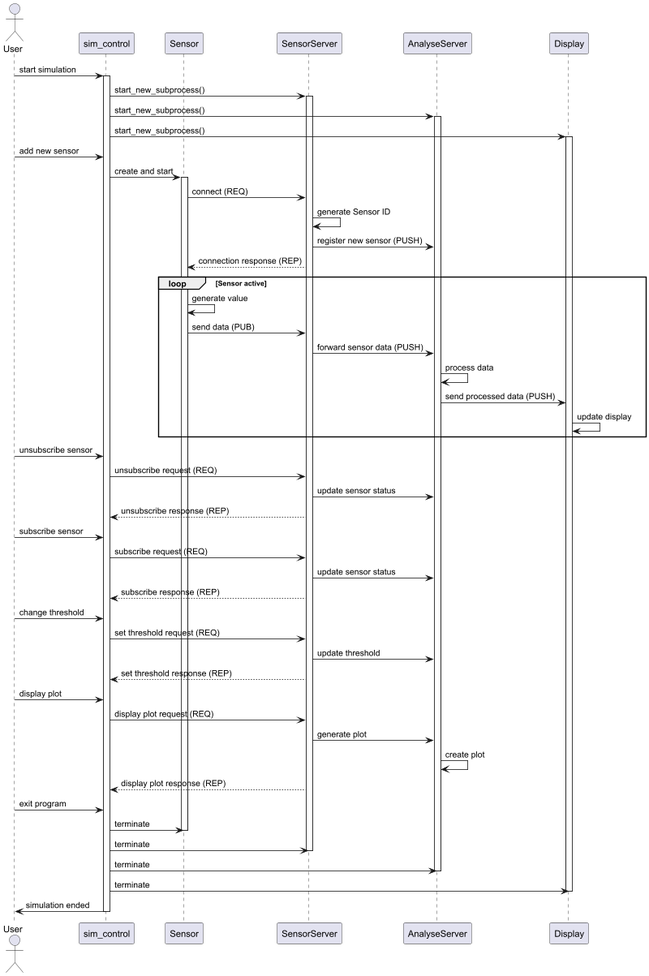
The PlantUML diagram _01_project/_09_docu/flowchart.png in theRealHarlequin/distributed-systems, before a commit.
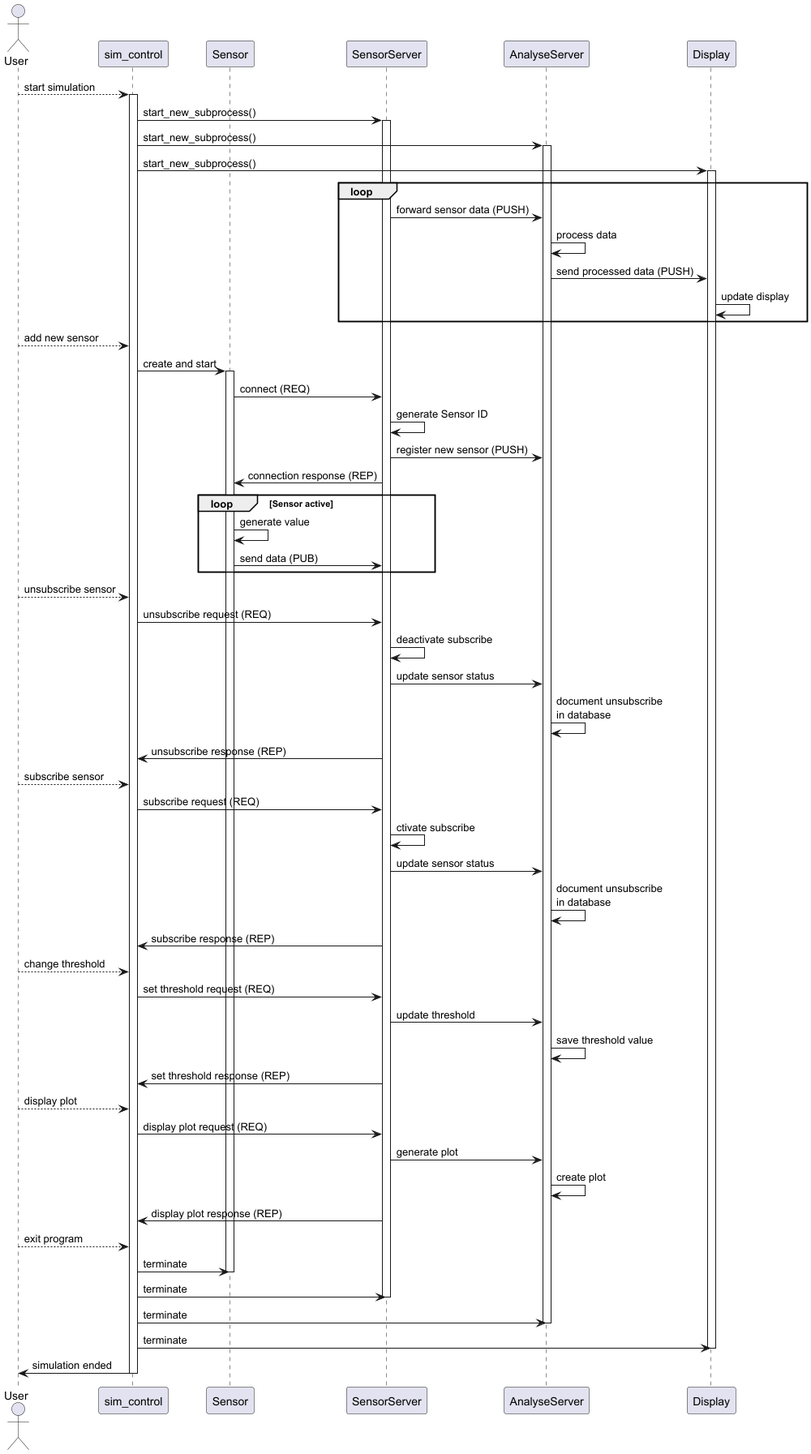
After the change.

Change to the diagram source:
```diff
@@ -6,7 +6,7 @@
 participant "AnalyseServer" as AnalyseServer
 participant "Display" as Display
 
-User -> SimControl: start simulation
+User --> SimControl: start simulation
 activate SimControl
 
 SimControl -> SensorServer: start_new_subprocess()
@@ -15,47 +15,56 @@
 activate AnalyseServer
 SimControl -> Display: start_new_subprocess()
 activate Display
+loop
+    SensorServer -> AnalyseServer: forward sensor data (PUSH)
+    AnalyseServer -> AnalyseServer: process data
+    AnalyseServer -> Display: send processed data (PUSH)
+    Display -> Display: update display
+end
 
-User -> SimControl: add new sensor
+User --> SimControl: add new sensor
 SimControl -> Sensor: create and start
 activate Sensor
 
 Sensor -> SensorServer: connect (REQ)
 SensorServer -> SensorServer : generate Sensor ID
 SensorServer -> AnalyseServer: register new sensor (PUSH)
-SensorServer --> Sensor: connection response (REP)
+SensorServer -> Sensor: connection response (REP)
 
 loop Sensor active
     Sensor -> Sensor: generate value
     Sensor -> SensorServer: send data (PUB)
-    SensorServer -> AnalyseServer: forward sensor data (PUSH)
-    AnalyseServer -> AnalyseServer: process data
-    AnalyseServer -> Display: send processed data (PUSH)
-    Display -> Display: update display
 end
 
-User -> SimControl: unsubscribe sensor
+
+
+User --> SimControl: unsubscribe sensor
 SimControl -> SensorServer: unsubscribe request (REQ)
+SensorServer -> SensorServer: deactivate subscribe
 SensorServer -> AnalyseServer: update sensor status
-SensorServer --> SimControl: unsubscribe response (REP)
+AnalyseServer -> AnalyseServer: document unsubscribe\nin database
+SensorServer -> SimControl: unsubscribe response (REP)
 
-User -> SimControl: subscribe sensor
+User --> SimControl: subscribe sensor
 SimControl -> SensorServer: subscribe request (REQ)
+SensorServer -> SensorServer: ctivate subscribe
 SensorServer -> AnalyseServer: update sensor status
-SensorServer --> SimControl: subscribe response (REP)
+AnalyseServer -> AnalyseServer: document unsubscribe\nin database
+SensorServer -> SimControl: subscribe response (REP)
 
-User -> SimControl: change threshold
+User --> SimControl: change threshold
 SimControl -> SensorServer: set threshold request (REQ)
 SensorServer -> AnalyseServer: update threshold
-SensorServer --> SimControl: set threshold response (REP)
+AnalyseServer -> AnalyseServer: save threshold value
+SensorServer -> SimControl: set threshold response (REP)
 
-User -> SimControl: display plot
+User --> SimControl: display plot
 SimControl -> SensorServer: display plot request (REQ)
 SensorServer -> AnalyseServer: generate plot
 AnalyseServer -> AnalyseServer: create plot
-SensorServer --> SimControl: display plot response (REP)
+SensorServer -> SimControl: display plot response (REP)
 
-User -> SimControl: exit program
+User --> SimControl: exit program
 SimControl -> Sensor: terminate
 deactivate Sensor
 SimControl -> SensorServer: terminate
```
